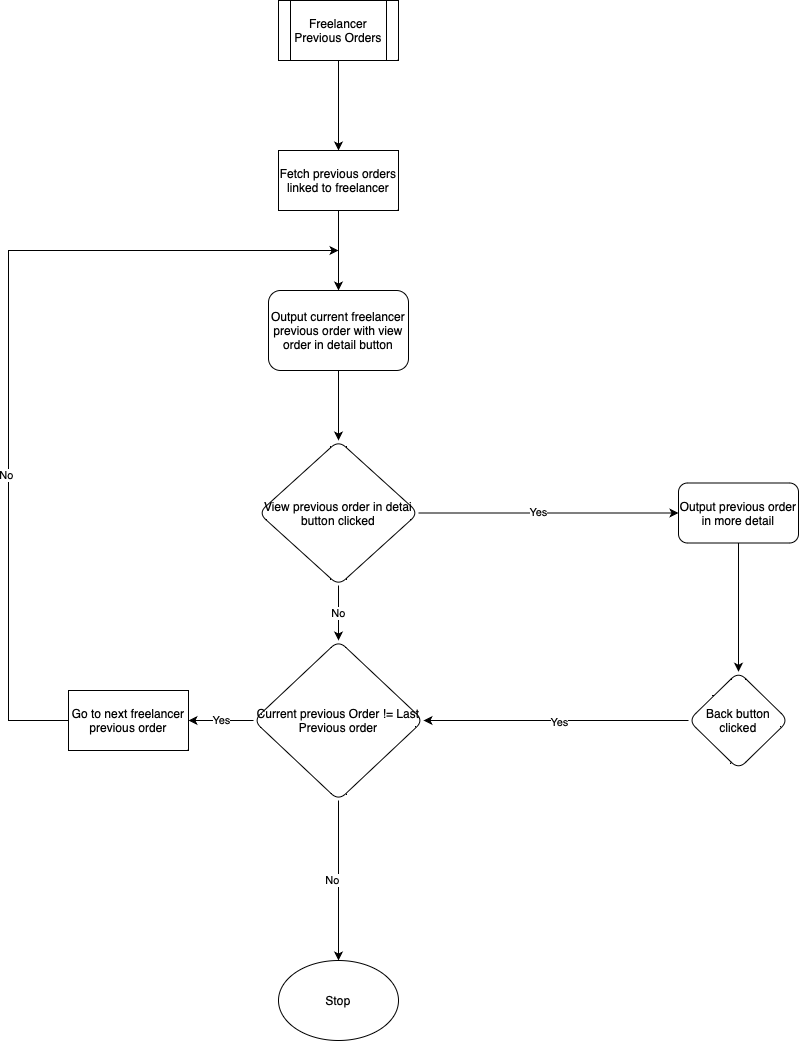
This is PreviousOrdersFlowChart.drawio.png from trndnd/ALevelTkinterWork, a draw.io export, as it was before one commit. Source tidied: cells renumbered, new cells last; positions are measured from the earlier drawing's top-left corner, leaving out a move shared by most shapes.
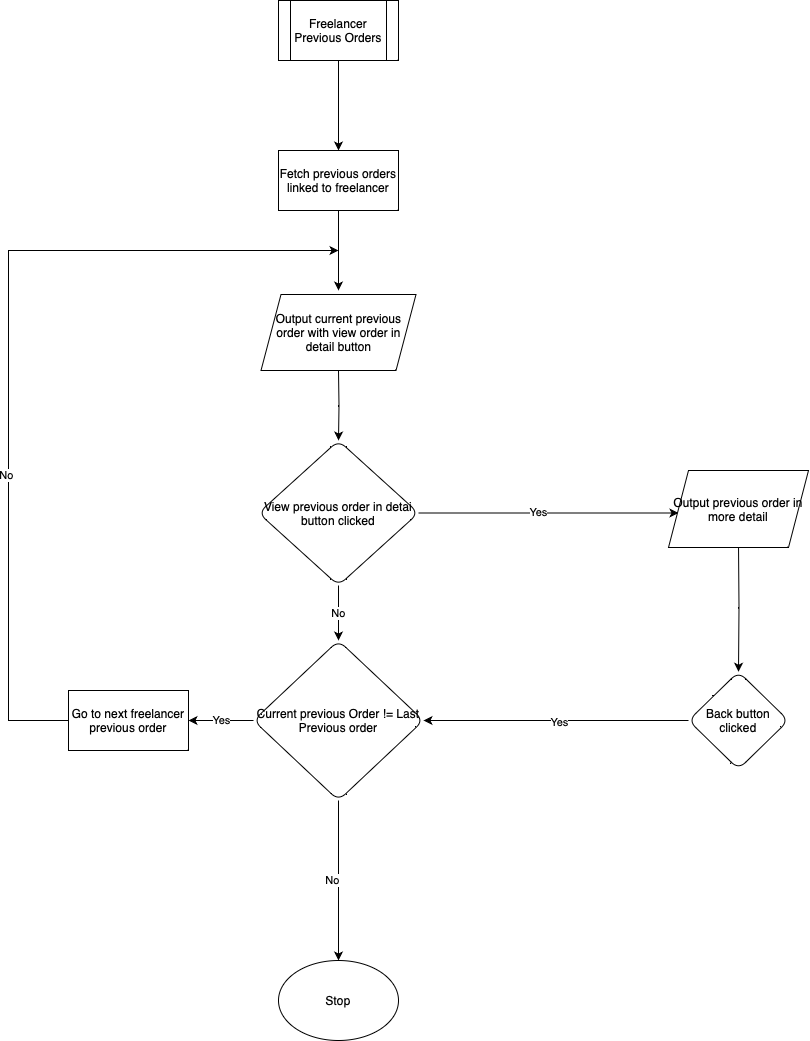
The same file after the commit.

Diff of the diagram source:
```diff
@@ -8,20 +8,23 @@
     <mxCell id="3" value="Freelancer Previous Orders" style="shape=process;whiteSpace=wrap;html=1;backgroundOutline=1;" parent="1" vertex="1">
       <mxGeometry x="270" width="120" height="60" as="geometry" />
     </mxCell>
-    <mxCell id="4" style="edgeStyle=orthogonalEdgeStyle;rounded=0;jettySize=auto;html=1;exitX=0.5;exitY=1;exitDx=0;exitDy=0;" parent="1" edge="1" source="5" target="7">
-      <mxGeometry relative="1" as="geometry" />
+    <mxCell id="4" style="edgeStyle=orthogonalEdgeStyle;rounded=0;jettySize=auto;html=1;exitX=0.5;exitY=1;exitDx=0;exitDy=0;" parent="1" edge="1" source="5">
+      <mxGeometry relative="1" as="geometry">
+        <mxPoint x="330" y="290" as="targetPoint" />
+      </mxGeometry>
     </mxCell>
     <mxCell id="5" value="Fetch previous orders linked to freelancer" style="rounded=0;whiteSpace=wrap;html=1;" parent="1" vertex="1">
       <mxGeometry x="270" y="150" width="120" height="60" as="geometry" />
     </mxCell>
-    <mxCell id="6" style="edgeStyle=orthogonalEdgeStyle;rounded=0;jettySize=auto;html=1;" parent="1" edge="1" source="7" target="11">
-      <mxGeometry relative="1" as="geometry" />
+    <mxCell id="6" style="edgeStyle=orthogonalEdgeStyle;rounded=0;jettySize=auto;html=1;" parent="1" edge="1" target="11">
+      <mxGeometry relative="1" as="geometry">
+        <mxPoint x="330" y="370" as="sourcePoint" />
+      </mxGeometry>
     </mxCell>
-    <mxCell id="7" value="Output current freelancer previous order with view order in detail button" style="rounded=1;whiteSpace=wrap;html=1;" parent="1" vertex="1">
-      <mxGeometry x="260" y="290" width="140" height="80" as="geometry" />
-    </mxCell>
-    <mxCell id="8" style="edgeStyle=orthogonalEdgeStyle;rounded=0;jettySize=auto;html=1;" parent="1" edge="1" source="11" target="13">
-      <mxGeometry relative="1" as="geometry" />
+    <mxCell id="8" style="edgeStyle=orthogonalEdgeStyle;rounded=0;jettySize=auto;html=1;" parent="1" edge="1" source="11">
+      <mxGeometry relative="1" as="geometry">
+        <mxPoint x="670" y="512.5" as="targetPoint" />
+      </mxGeometry>
     </mxCell>
     <mxCell id="9" value="Yes" style="edgeLabel;html=1;align=center;verticalAlign=middle;" parent="8" vertex="1">
       <mxGeometry x="-0.08" y="2" relative="1" as="geometry">
@@ -34,12 +37,11 @@
     <mxCell id="11" value="View previous order in detai button clicked" style="rhombus;whiteSpace=wrap;html=1;rounded=1;" parent="1" vertex="1">
       <mxGeometry x="250" y="440" width="160" height="145" as="geometry" />
     </mxCell>
-    <mxCell id="12" style="edgeStyle=orthogonalEdgeStyle;rounded=0;jettySize=auto;html=1;" parent="1" edge="1" source="13" target="23">
-      <mxGeometry relative="1" as="geometry" />
+    <mxCell id="12" style="edgeStyle=orthogonalEdgeStyle;rounded=0;jettySize=auto;html=1;" parent="1" edge="1" target="23">
+      <mxGeometry relative="1" as="geometry">
+        <mxPoint x="730" y="542.5" as="sourcePoint" />
+      </mxGeometry>
     </mxCell>
-    <mxCell id="13" value="Output previous order in more detail" style="whiteSpace=wrap;html=1;rounded=1;" parent="1" vertex="1">
-      <mxGeometry x="670" y="482.5" width="120" height="60" as="geometry" />
-    </mxCell>
     <mxCell id="14" style="edgeStyle=orthogonalEdgeStyle;rounded=0;jettySize=auto;html=1;exitX=0;exitY=0.5;exitDx=0;exitDy=0;" parent="1" edge="1" source="16">
       <mxGeometry relative="1" as="geometry">
         <mxPoint x="330" y="250" as="targetPoint" />
@@ -83,5 +85,11 @@
     <mxCell id="24" value="Stop" style="ellipse;whiteSpace=wrap;html=1;" parent="1" vertex="1">
       <mxGeometry x="270" y="960" width="120" height="80" as="geometry" />
     </mxCell>
+    <mxCell id="13" value="Output previous order in more detail" style="shape=parallelogram;perimeter=parallelogramPerimeter;whiteSpace=wrap;html=1;fixedSize=1;" parent="1" vertex="1">
+      <mxGeometry x="660" y="470" width="140" height="77" as="geometry" />
+    </mxCell>
+    <mxCell id="25" value="Output current previous order with view order in detail button" style="shape=parallelogram;perimeter=parallelogramPerimeter;whiteSpace=wrap;html=1;fixedSize=1;" parent="1" vertex="1">
+      <mxGeometry x="252.5" y="294" width="155" height="76" as="geometry" />
+    </mxCell>
   </root>
 </mxGraphModel>
```
